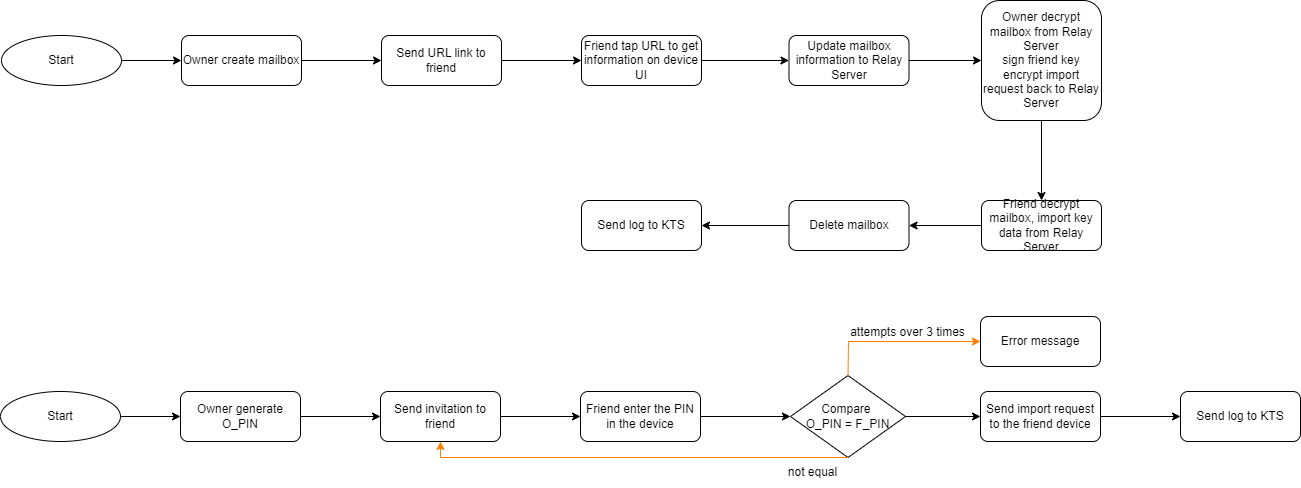
Earlier version of the draw.io export Present_KeySharing.drawio.png (LaurenHsu31/DKC). Source tidied: cells renumbered, new cells last; positions are measured from the earlier drawing's top-left corner, leaving out a move shared by most shapes.
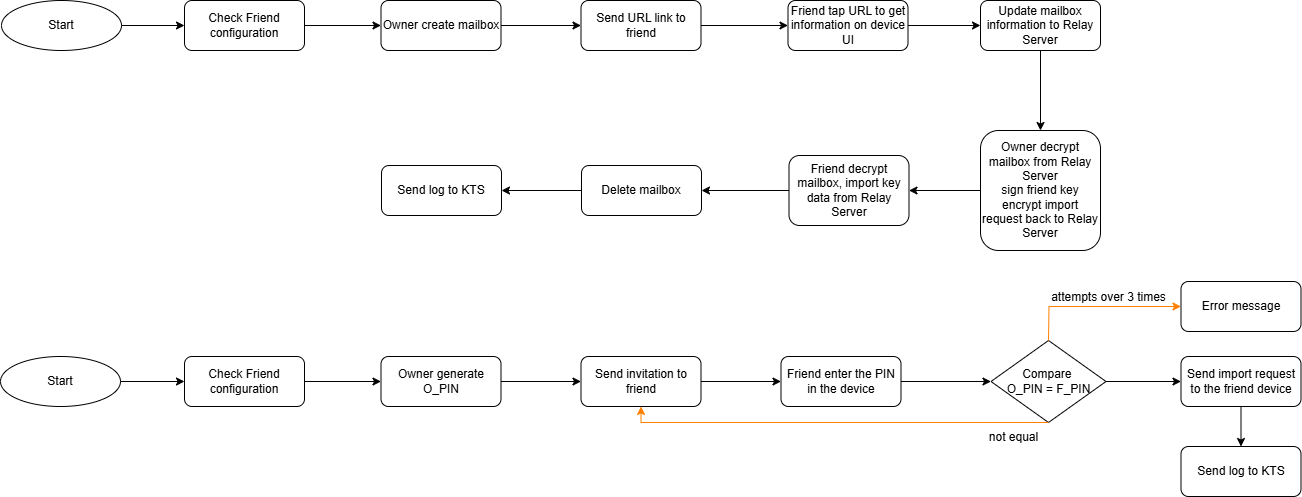
Later version of the same file.

Diff of the diagram source:
```diff
@@ -6,19 +6,19 @@
       <mxGeometry y="391" width="120" height="50" as="geometry" />
     </mxCell>
     <mxCell id="3" value="Owner generate O_PIN" style="rounded=1;whiteSpace=wrap;html=1;" parent="1" vertex="1">
-      <mxGeometry x="180" y="391" width="120" height="50" as="geometry" />
+      <mxGeometry x="380.5" y="391" width="120" height="50" as="geometry" />
     </mxCell>
-    <mxCell id="4" style="endArrow=classic;html=1;rounded=0;exitX=1;exitY=0.5;exitDx=0;exitDy=0;entryX=0;entryY=0.5;entryDx=0;entryDy=0;" parent="1" edge="1" source="2" target="3">
+    <mxCell id="4" style="endArrow=classic;html=1;rounded=0;exitX=1;exitY=0.5;exitDx=0;exitDy=0;entryX=0;entryY=0.5;entryDx=0;entryDy=0;" parent="1" edge="1" source="39" target="3">
       <mxGeometry relative="1" as="geometry" />
     </mxCell>
     <mxCell id="5" value="Send invitation to friend" style="rounded=1;whiteSpace=wrap;html=1;" parent="1" vertex="1">
-      <mxGeometry x="380" y="391" width="120" height="50" as="geometry" />
+      <mxGeometry x="580.5" y="391" width="120" height="50" as="geometry" />
     </mxCell>
     <mxCell id="6" style="endArrow=classic;html=1;rounded=0;exitX=1;exitY=0.5;exitDx=0;exitDy=0;entryX=0;entryY=0.5;entryDx=0;entryDy=0;" parent="1" edge="1" source="3" target="5">
       <mxGeometry relative="1" as="geometry" />
     </mxCell>
     <mxCell id="7" value="Friend enter the PIN in the device" style="rounded=1;whiteSpace=wrap;html=1;" parent="1" vertex="1">
-      <mxGeometry x="580" y="391" width="120" height="50" as="geometry" />
+      <mxGeometry x="780.5" y="391" width="120" height="50" as="geometry" />
     </mxCell>
     <mxCell id="8" style="endArrow=classic;html=1;rounded=0;exitX=1;exitY=0.5;exitDx=0;exitDy=0;entryX=0;entryY=0.5;entryDx=0;entryDy=0;" parent="1" edge="1" source="5" target="7">
       <mxGeometry relative="1" as="geometry" />
@@ -27,60 +27,60 @@
       <mxGeometry relative="1" as="geometry" />
     </mxCell>
     <mxCell id="10" value="Compare&amp;nbsp;&lt;div&gt;O_PIN = F_PIN&lt;/div&gt;" style="rhombus;whiteSpace=wrap;html=1;" parent="1" vertex="1">
-      <mxGeometry x="790" y="375" width="115" height="82" as="geometry" />
+      <mxGeometry x="990.5" y="375" width="115" height="82" as="geometry" />
     </mxCell>
     <mxCell id="11" style="endArrow=classic;html=1;rounded=0;exitX=0.5;exitY=1;exitDx=0;exitDy=0;entryX=0.5;entryY=1;entryDx=0;entryDy=0;strokeColor=#FF8000;" parent="1" edge="1" source="10" target="5">
       <mxGeometry relative="1" as="geometry">
         <Array as="points">
-          <mxPoint x="440" y="457" />
+          <mxPoint x="640.5" y="457" />
         </Array>
       </mxGeometry>
     </mxCell>
     <mxCell id="12" value="not equal" style="text;html=1;align=center;verticalAlign=middle;strokeColor=none;fillColor=none;" parent="1" vertex="1">
-      <mxGeometry x="777" y="457" width="70" height="30" as="geometry" />
+      <mxGeometry x="977.5" y="457" width="70" height="30" as="geometry" />
     </mxCell>
     <mxCell id="13" value="Send import request to the friend device" style="rounded=1;whiteSpace=wrap;html=1;" parent="1" vertex="1">
-      <mxGeometry x="980" y="391" width="120" height="50" as="geometry" />
+      <mxGeometry x="1180.5" y="391" width="120" height="50" as="geometry" />
     </mxCell>
     <mxCell id="14" style="endArrow=classic;html=1;rounded=0;exitX=1;exitY=0.5;exitDx=0;exitDy=0;entryX=0;entryY=0.5;entryDx=0;entryDy=0;" parent="1" edge="1" source="10" target="13">
       <mxGeometry relative="1" as="geometry" />
     </mxCell>
     <mxCell id="15" value="Send log to KTS" style="rounded=1;whiteSpace=wrap;html=1;" parent="1" vertex="1">
-      <mxGeometry x="1180" y="391" width="120" height="50" as="geometry" />
+      <mxGeometry x="1180.5" y="481" width="120" height="50" as="geometry" />
     </mxCell>
-    <mxCell id="16" style="endArrow=classic;html=1;rounded=0;entryX=0;entryY=0.5;entryDx=0;entryDy=0;exitX=1;exitY=0.5;exitDx=0;exitDy=0;" parent="1" edge="1" source="13" target="15">
+    <mxCell id="16" style="endArrow=classic;html=1;rounded=0;entryX=0.5;entryY=0;entryDx=0;entryDy=0;exitX=0.5;exitY=1;exitDx=0;exitDy=0;" parent="1" edge="1" source="13" target="15">
       <mxGeometry relative="1" as="geometry" />
     </mxCell>
     <mxCell id="17" value="Error message" style="rounded=1;whiteSpace=wrap;html=1;" parent="1" vertex="1">
-      <mxGeometry x="980" y="316" width="120" height="50" as="geometry" />
+      <mxGeometry x="1180.5" y="316" width="120" height="50" as="geometry" />
     </mxCell>
     <mxCell id="18" style="endArrow=classic;html=1;rounded=0;exitX=0.5;exitY=0;exitDx=0;exitDy=0;entryX=0;entryY=0.5;entryDx=0;entryDy=0;strokeColor=#FF8000;" parent="1" edge="1" source="10" target="17">
       <mxGeometry relative="1" as="geometry">
         <Array as="points">
-          <mxPoint x="848" y="341" />
+          <mxPoint x="1048.5" y="341" />
         </Array>
       </mxGeometry>
     </mxCell>
     <mxCell id="19" value="attempts over 3 times" style="text;html=1;align=center;verticalAlign=middle;strokeColor=none;fillColor=none;" parent="1" vertex="1">
-      <mxGeometry x="837" y="317" width="140" height="30" as="geometry" />
+      <mxGeometry x="1037.5" y="317" width="140" height="30" as="geometry" />
     </mxCell>
     <mxCell id="20" value="Start" style="ellipse;whiteSpace=wrap;html=1;" parent="1" vertex="1">
       <mxGeometry x="1" y="35" width="120" height="50" as="geometry" />
     </mxCell>
     <mxCell id="21" value="Owner create mailbox" style="rounded=1;whiteSpace=wrap;html=1;" parent="1" vertex="1">
-      <mxGeometry x="181" y="35" width="120" height="50" as="geometry" />
+      <mxGeometry x="380.5" y="35" width="120" height="50" as="geometry" />
     </mxCell>
-    <mxCell id="22" style="endArrow=classic;html=1;rounded=0;exitX=1;exitY=0.5;exitDx=0;exitDy=0;entryX=0;entryY=0.5;entryDx=0;entryDy=0;" parent="1" edge="1" source="20" target="21">
+    <mxCell id="22" style="endArrow=classic;html=1;rounded=0;exitX=1;exitY=0.5;exitDx=0;exitDy=0;entryX=0;entryY=0.5;entryDx=0;entryDy=0;" parent="1" edge="1" source="37" target="21">
       <mxGeometry relative="1" as="geometry" />
     </mxCell>
     <mxCell id="23" value="Send URL link to friend" style="rounded=1;whiteSpace=wrap;html=1;" parent="1" vertex="1">
-      <mxGeometry x="381" y="35" width="120" height="50" as="geometry" />
+      <mxGeometry x="580.5" y="35" width="120" height="50" as="geometry" />
     </mxCell>
     <mxCell id="24" style="endArrow=classic;html=1;rounded=0;exitX=1;exitY=0.5;exitDx=0;exitDy=0;entryX=0;entryY=0.5;entryDx=0;entryDy=0;" parent="1" edge="1" source="21" target="23">
       <mxGeometry relative="1" as="geometry" />
     </mxCell>
     <mxCell id="25" value="Friend tap URL to get information on device UI" style="rounded=1;whiteSpace=wrap;html=1;" parent="1" vertex="1">
-      <mxGeometry x="581" y="35" width="120" height="50" as="geometry" />
+      <mxGeometry x="787.5" y="35" width="120" height="50" as="geometry" />
     </mxCell>
     <mxCell id="26" style="endArrow=classic;html=1;rounded=0;exitX=1;exitY=0.5;exitDx=0;exitDy=0;entryX=0;entryY=0.5;entryDx=0;entryDy=0;" parent="1" edge="1" source="23" target="25">
       <mxGeometry relative="1" as="geometry" />
@@ -89,31 +89,43 @@
       <mxGeometry relative="1" as="geometry" />
     </mxCell>
     <mxCell id="28" value="Owner decrypt mailbox from Relay Server&lt;div&gt;sign friend key&lt;/div&gt;&lt;div&gt;encrypt import request back to Relay Server&lt;/div&gt;" style="rounded=1;whiteSpace=wrap;html=1;" parent="1" vertex="1">
-      <mxGeometry x="981" width="120" height="120" as="geometry" />
+      <mxGeometry x="980" y="165" width="120" height="120" as="geometry" />
     </mxCell>
-    <mxCell id="29" style="endArrow=classic;html=1;rounded=0;exitX=1;exitY=0.5;exitDx=0;exitDy=0;entryX=0;entryY=0.5;entryDx=0;entryDy=0;" parent="1" edge="1" source="32" target="28">
+    <mxCell id="29" style="endArrow=classic;html=1;rounded=0;exitX=0.5;exitY=1;exitDx=0;exitDy=0;entryX=0.5;entryY=0;entryDx=0;entryDy=0;" parent="1" edge="1" source="32" target="28">
       <mxGeometry relative="1" as="geometry" />
     </mxCell>
     <mxCell id="30" value="Friend decrypt mailbox, import key data from Relay Server" style="rounded=1;whiteSpace=wrap;html=1;" parent="1" vertex="1">
-      <mxGeometry x="981" y="200" width="120" height="50" as="geometry" />
+      <mxGeometry x="788.5" y="190" width="120" height="70" as="geometry" />
     </mxCell>
-    <mxCell id="31" style="endArrow=classic;html=1;rounded=0;entryX=0.5;entryY=0;entryDx=0;entryDy=0;exitX=0.5;exitY=1;exitDx=0;exitDy=0;" parent="1" edge="1" source="28" target="30">
+    <mxCell id="31" style="endArrow=classic;html=1;rounded=0;entryX=1;entryY=0.5;entryDx=0;entryDy=0;exitX=0;exitY=0.5;exitDx=0;exitDy=0;" parent="1" edge="1" source="28" target="30">
       <mxGeometry relative="1" as="geometry" />
     </mxCell>
     <mxCell id="32" value="Update mailbox information to Relay Server" style="rounded=1;whiteSpace=wrap;html=1;" parent="1" vertex="1">
-      <mxGeometry x="788.5" y="35" width="120" height="50" as="geometry" />
+      <mxGeometry x="980" y="35" width="120" height="50" as="geometry" />
     </mxCell>
     <mxCell id="33" value="Delete mailbox" style="rounded=1;whiteSpace=wrap;html=1;" parent="1" vertex="1">
-      <mxGeometry x="788.5" y="200" width="120" height="50" as="geometry" />
+      <mxGeometry x="581" y="200" width="120" height="50" as="geometry" />
     </mxCell>
     <mxCell id="34" style="endArrow=classic;html=1;rounded=0;exitX=0;exitY=0.5;exitDx=0;exitDy=0;entryX=1;entryY=0.5;entryDx=0;entryDy=0;" parent="1" edge="1" source="30" target="33">
       <mxGeometry relative="1" as="geometry" />
     </mxCell>
     <mxCell id="35" value="Send log to KTS" style="rounded=1;whiteSpace=wrap;html=1;" parent="1" vertex="1">
-      <mxGeometry x="581" y="200" width="120" height="50" as="geometry" />
+      <mxGeometry x="381" y="200" width="120" height="50" as="geometry" />
     </mxCell>
     <mxCell id="36" style="endArrow=classic;html=1;rounded=0;exitX=0;exitY=0.5;exitDx=0;exitDy=0;entryX=1;entryY=0.5;entryDx=0;entryDy=0;" parent="1" edge="1" source="33" target="35">
       <mxGeometry relative="1" as="geometry" />
     </mxCell>
+    <mxCell id="37" value="Check Friend configuration" style="rounded=1;whiteSpace=wrap;html=1;" parent="1" vertex="1">
+      <mxGeometry x="184" y="35" width="120" height="50" as="geometry" />
+    </mxCell>
+    <mxCell id="38" style="endArrow=classic;html=1;rounded=0;exitX=1;exitY=0.5;exitDx=0;exitDy=0;entryX=0;entryY=0.5;entryDx=0;entryDy=0;" parent="1" edge="1" source="20" target="37">
+      <mxGeometry relative="1" as="geometry" />
+    </mxCell>
+    <mxCell id="39" value="Check Friend configuration" style="rounded=1;whiteSpace=wrap;html=1;" parent="1" vertex="1">
+      <mxGeometry x="184" y="391" width="120" height="50" as="geometry" />
+    </mxCell>
+    <mxCell id="40" style="endArrow=classic;html=1;rounded=0;exitX=1;exitY=0.5;exitDx=0;exitDy=0;entryX=0;entryY=0.5;entryDx=0;entryDy=0;" parent="1" edge="1" source="2" target="39">
+      <mxGeometry relative="1" as="geometry" />
+    </mxCell>
   </root>
 </mxGraphModel>
```
